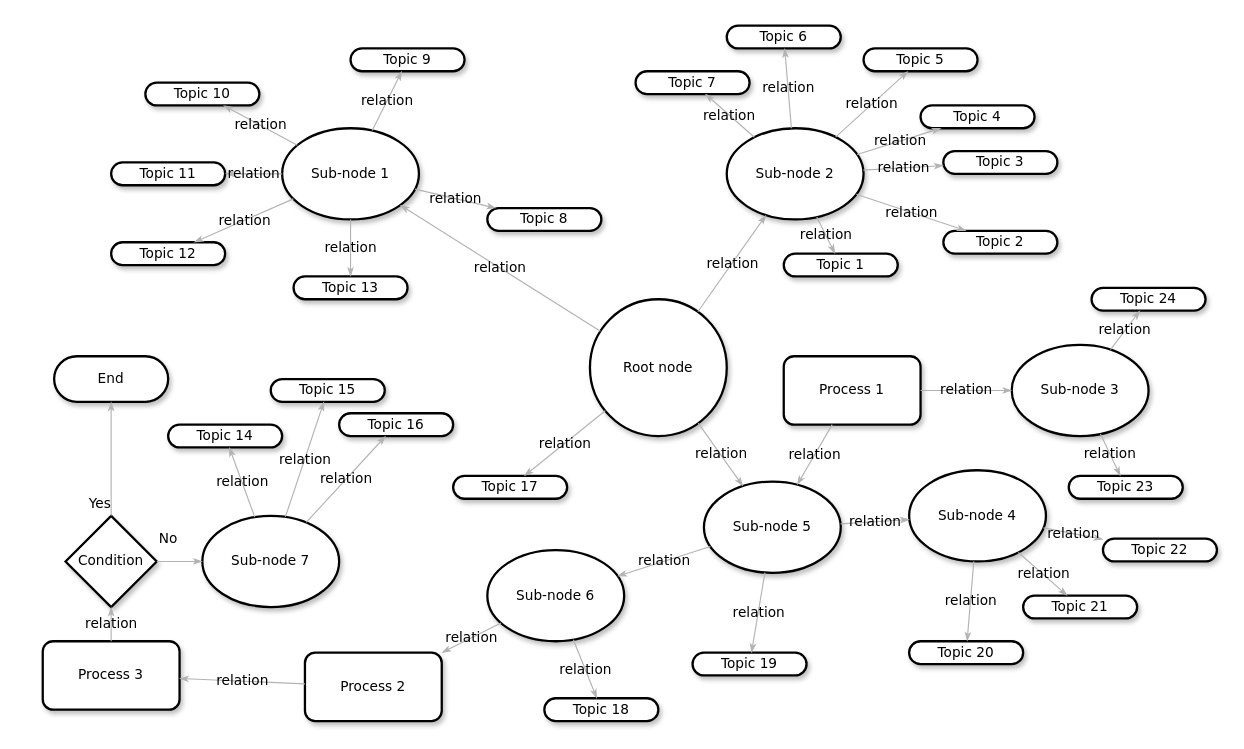
This is conception.drawio from luhaofang/luhaofang.github.io, a draw.io file, before an edit. Source tidied: cells renumbered, new cells numbered last; positions are measured from the earlier drawing's top-left corner, leaving out a move shared by most shapes. Both pictures are drawn from the tidied source at 114%, with x=0, y=0 at pixel (42, 25).
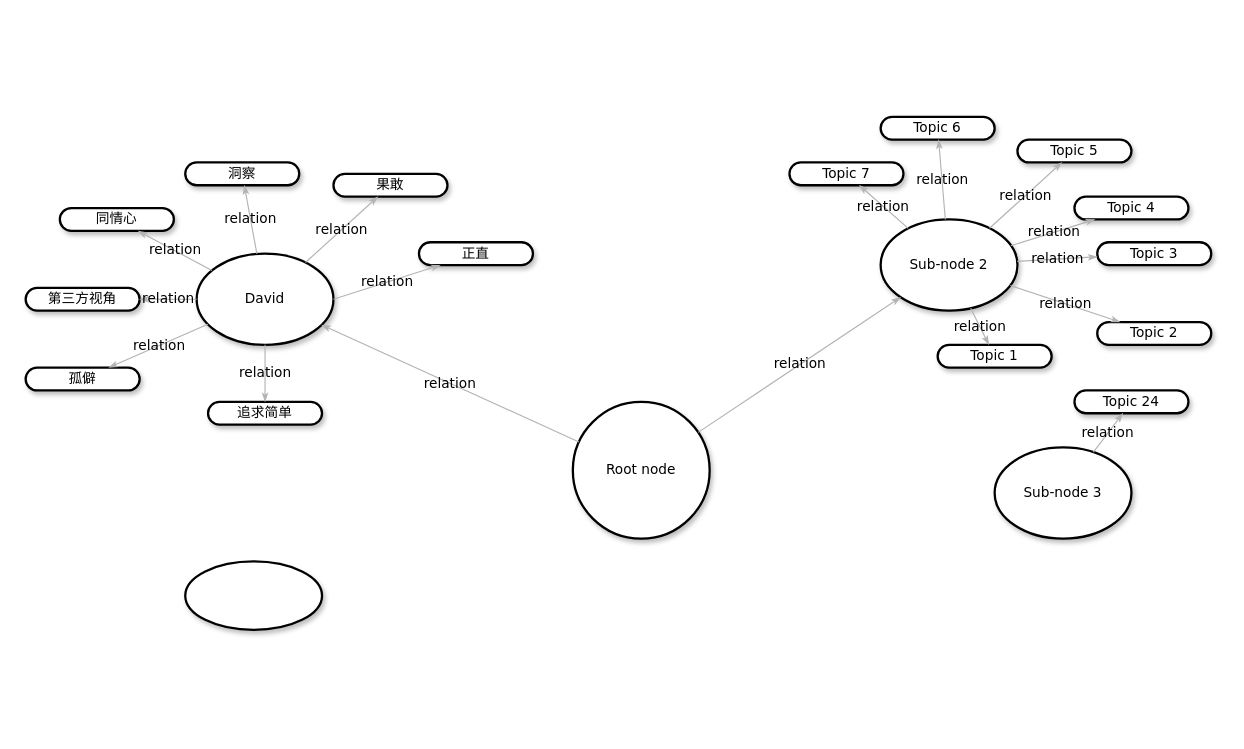
The same page after the edit.

The edit, as a diff of the source:
```diff
@@
-    <mxCell id="2" value="&lt;span&gt;Topic 10&lt;/span&gt;" style="whiteSpace=wrap;html=1;rounded=1;shadow=1;comic=0;labelBackgroundColor=none;strokeWidth=2;fontFamily=Verdana;fontSize=12;align=center;arcSize=50;" parent="1" vertex="1">
-      <mxGeometry x="90" y="50" width="100" height="20" as="geometry" />
+    <mxCell id="2" value="同情心" style="whiteSpace=wrap;html=1;rounded=1;shadow=1;comic=0;labelBackgroundColor=none;strokeWidth=2;fontFamily=Verdana;fontSize=12;align=center;arcSize=50;" parent="1" vertex="1">
+      <mxGeometry x="15" y="160" width="100" height="20" as="geometry" />
     </mxCell>
-    <mxCell id="3" value="Sub-node 1" style="ellipse;whiteSpace=wrap;html=1;rounded=1;shadow=1;comic=0;labelBackgroundColor=none;strokeWidth=2;fontFamily=Verdana;fontSize=12;align=center;" parent="1" vertex="1">
-      <mxGeometry x="210" y="90" width="120" height="80" as="geometry" />
+    <mxCell id="3" value="David" style="ellipse;whiteSpace=wrap;html=1;rounded=1;shadow=1;comic=0;labelBackgroundColor=none;strokeWidth=2;fontFamily=Verdana;fontSize=12;align=center;" parent="1" vertex="1">
+      <mxGeometry x="135" y="200" width="120" height="80" as="geometry" />
     </mxCell>
     <mxCell id="4" value="&lt;span&gt;Sub-node 2&lt;/span&gt;" style="ellipse;whiteSpace=wrap;html=1;rounded=1;shadow=1;comic=0;labelBackgroundColor=none;strokeWidth=2;fontFamily=Verdana;fontSize=12;align=center;" parent="1" vertex="1">
-      <mxGeometry x="600" y="90" width="120" height="80" as="geometry" />
+      <mxGeometry x="735" y="170" width="120" height="80" as="geometry" />
     </mxCell>
     <mxCell id="5" value="Root node" style="ellipse;whiteSpace=wrap;html=1;rounded=1;shadow=1;comic=0;labelBackgroundColor=none;strokeWidth=2;fontFamily=Verdana;fontSize=12;align=center;" parent="1" vertex="1">
-      <mxGeometry x="480" y="240" width="120" height="120" as="geometry" />
+      <mxGeometry x="465" y="330" width="120" height="120" as="geometry" />
     </mxCell>
-    <mxCell id="6" value="&lt;span&gt;Sub-node 5&lt;/span&gt;" style="ellipse;whiteSpace=wrap;html=1;rounded=1;shadow=1;comic=0;labelBackgroundColor=none;strokeWidth=2;fontFamily=Verdana;fontSize=12;align=center;" parent="1" vertex="1">
-      <mxGeometry x="580" y="400" width="120" height="80" as="geometry" />
-    </mxCell>
-    <mxCell id="7" value="&lt;span&gt;Sub-node 4&lt;/span&gt;" style="ellipse;whiteSpace=wrap;html=1;rounded=1;shadow=1;comic=0;labelBackgroundColor=none;strokeWidth=2;fontFamily=Verdana;fontSize=12;align=center;" parent="1" vertex="1">
-      <mxGeometry x="760" y="390" width="120" height="80" as="geometry" />
-    </mxCell>
-    <mxCell id="8" value="&lt;span&gt;Sub-node 6&lt;/span&gt;" style="ellipse;whiteSpace=wrap;html=1;rounded=1;shadow=1;comic=0;labelBackgroundColor=none;strokeWidth=2;fontFamily=Verdana;fontSize=12;align=center;" parent="1" vertex="1">
-      <mxGeometry x="390" y="460" width="120" height="80" as="geometry" />
-    </mxCell>
-    <mxCell id="9" value="&lt;span&gt;Topic 11&lt;/span&gt;" style="whiteSpace=wrap;html=1;rounded=1;shadow=1;comic=0;labelBackgroundColor=none;strokeWidth=2;fontFamily=Verdana;fontSize=12;align=center;arcSize=50;" parent="1" vertex="1">
-      <mxGeometry x="60" y="120" width="100" height="20" as="geometry" />
+    <mxCell id="9" value="第三方视角" style="whiteSpace=wrap;html=1;rounded=1;shadow=1;comic=0;labelBackgroundColor=none;strokeWidth=2;fontFamily=Verdana;fontSize=12;align=center;arcSize=50;" parent="1" vertex="1">
+      <mxGeometry x="-15" y="230" width="100" height="20" as="geometry" />
     </mxCell>
-    <mxCell id="10" value="&lt;span&gt;Topic 12&lt;/span&gt;" style="whiteSpace=wrap;html=1;rounded=1;shadow=1;comic=0;labelBackgroundColor=none;strokeWidth=2;fontFamily=Verdana;fontSize=12;align=center;arcSize=50;" parent="1" vertex="1">
-      <mxGeometry x="60" y="190" width="100" height="20" as="geometry" />
+    <mxCell id="10" value="孤僻" style="whiteSpace=wrap;html=1;rounded=1;shadow=1;comic=0;labelBackgroundColor=none;strokeWidth=2;fontFamily=Verdana;fontSize=12;align=center;arcSize=50;" parent="1" vertex="1">
+      <mxGeometry x="-15" y="300" width="100" height="20" as="geometry" />
     </mxCell>
-    <mxCell id="11" value="&lt;span&gt;Topic 9&lt;/span&gt;" style="whiteSpace=wrap;html=1;rounded=1;shadow=1;comic=0;labelBackgroundColor=none;strokeWidth=2;fontFamily=Verdana;fontSize=12;align=center;arcSize=50;" parent="1" vertex="1">
-      <mxGeometry x="270" y="20" width="100" height="20" as="geometry" />
+    <mxCell id="11" value="洞察" style="whiteSpace=wrap;html=1;rounded=1;shadow=1;comic=0;labelBackgroundColor=none;strokeWidth=2;fontFamily=Verdana;fontSize=12;align=center;arcSize=50;" parent="1" vertex="1">
+      <mxGeometry x="125" y="120" width="100" height="20" as="geometry" />
     </mxCell>
     <mxCell id="12" value="&lt;span&gt;Topic 7&lt;/span&gt;" style="whiteSpace=wrap;html=1;rounded=1;shadow=1;comic=0;labelBackgroundColor=none;strokeWidth=2;fontFamily=Verdana;fontSize=12;align=center;arcSize=50;" parent="1" vertex="1">
-      <mxGeometry x="520" y="40" width="100" height="20" as="geometry" />
+      <mxGeometry x="655" y="120" width="100" height="20" as="geometry" />
     </mxCell>
-    <mxCell id="13" value="&lt;span&gt;Topic 21&lt;/span&gt;" style="whiteSpace=wrap;html=1;rounded=1;shadow=1;comic=0;labelBackgroundColor=none;strokeWidth=2;fontFamily=Verdana;fontSize=12;align=center;arcSize=50;" parent="1" vertex="1">
-      <mxGeometry x="860" y="500" width="100" height="20" as="geometry" />
-    </mxCell>
-    <mxCell id="14" value="&lt;span&gt;Topic 22&lt;/span&gt;" style="whiteSpace=wrap;html=1;rounded=1;shadow=1;comic=0;labelBackgroundColor=none;strokeWidth=2;fontFamily=Verdana;fontSize=12;align=center;arcSize=50;" parent="1" vertex="1">
-      <mxGeometry x="930" y="450" width="100" height="20" as="geometry" />
-    </mxCell>
     <mxCell id="15" value="&lt;span&gt;Topic 6&lt;/span&gt;" style="whiteSpace=wrap;html=1;rounded=1;shadow=1;comic=0;labelBackgroundColor=none;strokeWidth=2;fontFamily=Verdana;fontSize=12;align=center;arcSize=50;" parent="1" vertex="1">
-      <mxGeometry x="600" width="100" height="20" as="geometry" />
+      <mxGeometry x="735" y="80" width="100" height="20" as="geometry" />
     </mxCell>
     <mxCell id="16" value="&lt;span&gt;Topic 5&lt;/span&gt;" style="whiteSpace=wrap;html=1;rounded=1;shadow=1;comic=0;labelBackgroundColor=none;strokeWidth=2;fontFamily=Verdana;fontSize=12;align=center;arcSize=50;" parent="1" vertex="1">
-      <mxGeometry x="720" y="20" width="100" height="20" as="geometry" />
+      <mxGeometry x="855" y="100" width="100" height="20" as="geometry" />
     </mxCell>
     <mxCell id="17" value="&lt;span&gt;Topic 4&lt;/span&gt;" style="whiteSpace=wrap;html=1;rounded=1;shadow=1;comic=0;labelBackgroundColor=none;strokeWidth=2;fontFamily=Verdana;fontSize=12;align=center;arcSize=50;" parent="1" vertex="1">
-      <mxGeometry x="770" y="70" width="100" height="20" as="geometry" />
+      <mxGeometry x="905" y="150" width="100" height="20" as="geometry" />
     </mxCell>
     <mxCell id="18" value="&lt;span&gt;Topic 3&lt;/span&gt;" style="whiteSpace=wrap;html=1;rounded=1;shadow=1;comic=0;labelBackgroundColor=none;strokeWidth=2;fontFamily=Verdana;fontSize=12;align=center;arcSize=50;" parent="1" vertex="1">
-      <mxGeometry x="790" y="110" width="100" height="20" as="geometry" />
+      <mxGeometry x="925" y="190" width="100" height="20" as="geometry" />
     </mxCell>
     <mxCell id="19" value="&lt;span&gt;Topic 2&lt;/span&gt;" style="whiteSpace=wrap;html=1;rounded=1;shadow=1;comic=0;labelBackgroundColor=none;strokeWidth=2;fontFamily=Verdana;fontSize=12;align=center;arcSize=50;" parent="1" vertex="1">
-      <mxGeometry x="790" y="180" width="100" height="20" as="geometry" />
+      <mxGeometry x="925" y="260" width="100" height="20" as="geometry" />
     </mxCell>
     <mxCell id="20" value="Topic 1" style="whiteSpace=wrap;html=1;rounded=1;shadow=1;comic=0;labelBackgroundColor=none;strokeWidth=2;fontFamily=Verdana;fontSize=12;align=center;arcSize=50;" parent="1" vertex="1">
-      <mxGeometry x="650" y="200" width="100" height="20" as="geometry" />
+      <mxGeometry x="785" y="280" width="100" height="20" as="geometry" />
     </mxCell>
-    <mxCell id="21" value="&lt;span&gt;Topic 20&lt;/span&gt;" style="whiteSpace=wrap;html=1;rounded=1;shadow=1;comic=0;labelBackgroundColor=none;strokeWidth=2;fontFamily=Verdana;fontSize=12;align=center;arcSize=50;" parent="1" vertex="1">
-      <mxGeometry x="760" y="540" width="100" height="20" as="geometry" />
-    </mxCell>
-    <mxCell id="22" value="End" style="whiteSpace=wrap;html=1;rounded=1;shadow=1;comic=0;labelBackgroundColor=none;strokeWidth=2;fontFamily=Verdana;fontSize=12;align=center;arcSize=50;" parent="1" vertex="1">
-      <mxGeometry x="10" y="290" width="100" height="40" as="geometry" />
-    </mxCell>
-    <mxCell id="23" value="Condition" style="rhombus;whiteSpace=wrap;html=1;rounded=0;shadow=1;comic=0;labelBackgroundColor=none;strokeWidth=2;fontFamily=Verdana;fontSize=12;align=center;" parent="1" vertex="1">
-      <mxGeometry x="20" y="430" width="80" height="80" as="geometry" />
-    </mxCell>
-    <mxCell id="24" value="&lt;span&gt;Process 3&lt;/span&gt;" style="rounded=1;whiteSpace=wrap;html=1;shadow=1;comic=0;labelBackgroundColor=none;strokeWidth=2;fontFamily=Verdana;fontSize=12;align=center;" parent="1" vertex="1">
-      <mxGeometry y="540" width="120" height="60" as="geometry" />
-    </mxCell>
-    <mxCell id="25" value="Process 2" style="rounded=1;whiteSpace=wrap;html=1;shadow=1;comic=0;labelBackgroundColor=none;strokeWidth=2;fontFamily=Verdana;fontSize=12;align=center;" parent="1" vertex="1">
-      <mxGeometry x="230" y="550" width="120" height="60" as="geometry" />
-    </mxCell>
@@
-    <mxCell id="32" value="relation" style="edgeStyle=none;rounded=1;html=1;labelBackgroundColor=none;startArrow=none;startFill=0;startSize=5;endArrow=classicThin;endFill=1;endSize=5;jettySize=auto;strokeColor=#B3B3B3;strokeWidth=1;fontFamily=Verdana;fontSize=12;" parent="1" edge="1" source="5" target="6">
-      <mxGeometry relative="1" as="geometry" />
-    </mxCell>
-    <mxCell id="33" value="relation" style="edgeStyle=none;rounded=1;html=1;labelBackgroundColor=none;startArrow=none;startFill=0;startSize=5;endArrow=classicThin;endFill=1;endSize=5;jettySize=auto;strokeColor=#B3B3B3;strokeWidth=1;fontFamily=Verdana;fontSize=12;" parent="1" edge="1" source="6" target="8">
-      <mxGeometry relative="1" as="geometry" />
-    </mxCell>
-    <mxCell id="34" value="relation" style="edgeStyle=none;rounded=1;html=1;labelBackgroundColor=none;startArrow=none;startFill=0;startSize=5;endArrow=classicThin;endFill=1;endSize=5;jettySize=auto;strokeColor=#B3B3B3;strokeWidth=1;fontFamily=Verdana;fontSize=12;" parent="1" edge="1" source="6" target="7">
-      <mxGeometry relative="1" as="geometry" />
-    </mxCell>
-    <mxCell id="35" value="relation" style="edgeStyle=none;rounded=1;html=1;labelBackgroundColor=none;startArrow=none;startFill=0;startSize=5;endArrow=classicThin;endFill=1;endSize=5;jettySize=auto;strokeColor=#B3B3B3;strokeWidth=1;fontFamily=Verdana;fontSize=12;" parent="1" edge="1" source="7" target="14">
-      <mxGeometry relative="1" as="geometry" />
-    </mxCell>
-    <mxCell id="36" value="relation" style="edgeStyle=none;rounded=1;html=1;labelBackgroundColor=none;startArrow=none;startFill=0;startSize=5;endArrow=classicThin;endFill=1;endSize=5;jettySize=auto;strokeColor=#B3B3B3;strokeWidth=1;fontFamily=Verdana;fontSize=12;" parent="1" edge="1" source="7" target="13">
-      <mxGeometry relative="1" as="geometry" />
-    </mxCell>
-    <mxCell id="37" value="relation" style="edgeStyle=none;rounded=1;html=1;labelBackgroundColor=none;startArrow=none;startFill=0;startSize=5;endArrow=classicThin;endFill=1;endSize=5;jettySize=auto;strokeColor=#B3B3B3;strokeWidth=1;fontFamily=Verdana;fontSize=12;" parent="1" edge="1" source="7" target="21">
-      <mxGeometry relative="1" as="geometry" />
-    </mxCell>
@@
-    <mxCell id="45" value="relation" style="edgeStyle=none;rounded=1;html=1;labelBackgroundColor=none;startArrow=none;startFill=0;startSize=5;endArrow=classicThin;endFill=1;endSize=5;jettySize=auto;strokeColor=#B3B3B3;strokeWidth=1;fontFamily=Verdana;fontSize=12;" parent="1" edge="1" source="8" target="25">
-      <mxGeometry relative="1" as="geometry" />
-    </mxCell>
-    <mxCell id="46" value="relation" style="edgeStyle=none;rounded=1;html=1;labelBackgroundColor=none;startArrow=none;startFill=0;startSize=5;endArrow=classicThin;endFill=1;endSize=5;jettySize=auto;strokeColor=#B3B3B3;strokeWidth=1;fontFamily=Verdana;fontSize=12;" parent="1" edge="1" source="25" target="24">
-      <mxGeometry relative="1" as="geometry" />
-    </mxCell>
-    <mxCell id="47" value="relation" style="edgeStyle=none;rounded=1;html=1;labelBackgroundColor=none;startArrow=none;startFill=0;startSize=5;endArrow=classicThin;endFill=1;endSize=5;jettySize=auto;strokeColor=#B3B3B3;strokeWidth=1;fontFamily=Verdana;fontSize=12;" parent="1" edge="1" source="24" target="23">
-      <mxGeometry relative="1" as="geometry" />
-    </mxCell>
-    <mxCell id="48" value="Yes" style="edgeStyle=none;rounded=1;html=1;labelBackgroundColor=none;startArrow=none;startFill=0;startSize=5;endArrow=classicThin;endFill=1;endSize=5;jettySize=auto;strokeColor=#B3B3B3;strokeWidth=1;fontFamily=Verdana;fontSize=12;" parent="1" edge="1" source="23" target="22">
-      <mxGeometry x="-0.79" y="10" relative="1" as="geometry" />
-    </mxCell>
-    <mxCell id="49" value="Process 1" style="rounded=1;whiteSpace=wrap;html=1;shadow=1;comic=0;labelBackgroundColor=none;strokeWidth=2;fontFamily=Verdana;fontSize=12;align=center;" parent="1" vertex="1">
-      <mxGeometry x="650" y="290" width="120" height="60" as="geometry" />
-    </mxCell>
     <mxCell id="50" value="&lt;span&gt;Sub-node 3&lt;/span&gt;" style="ellipse;whiteSpace=wrap;html=1;rounded=1;shadow=1;comic=0;labelBackgroundColor=none;strokeWidth=2;fontFamily=Verdana;fontSize=12;align=center;" parent="1" vertex="1">
-      <mxGeometry x="850" y="280" width="120" height="80" as="geometry" />
+      <mxGeometry x="835" y="370" width="120" height="80" as="geometry" />
     </mxCell>
     <mxCell id="51" value="&lt;span&gt;Topic 24&lt;/span&gt;" style="whiteSpace=wrap;html=1;rounded=1;shadow=1;comic=0;labelBackgroundColor=none;strokeWidth=2;fontFamily=Verdana;fontSize=12;align=center;arcSize=50;" parent="1" vertex="1">
-      <mxGeometry x="920" y="230" width="100" height="20" as="geometry" />
+      <mxGeometry x="905" y="320" width="100" height="20" as="geometry" />
     </mxCell>
-    <mxCell id="52" value="&lt;span&gt;Topic 23&lt;/span&gt;" style="whiteSpace=wrap;html=1;rounded=1;shadow=1;comic=0;labelBackgroundColor=none;strokeWidth=2;fontFamily=Verdana;fontSize=12;align=center;arcSize=50;" parent="1" vertex="1">
-      <mxGeometry x="900" y="395" width="100" height="20" as="geometry" />
-    </mxCell>
-    <mxCell id="53" value="&lt;span&gt;Topic 8&lt;/span&gt;" style="whiteSpace=wrap;html=1;rounded=1;shadow=1;comic=0;labelBackgroundColor=none;strokeWidth=2;fontFamily=Verdana;fontSize=12;align=center;arcSize=50;" parent="1" vertex="1">
-      <mxGeometry x="390" y="160" width="100" height="20" as="geometry" />
+    <mxCell id="53" value="果敢" style="whiteSpace=wrap;html=1;rounded=1;shadow=1;comic=0;labelBackgroundColor=none;strokeWidth=2;fontFamily=Verdana;fontSize=12;align=center;arcSize=50;" parent="1" vertex="1">
+      <mxGeometry x="255" y="130" width="100" height="20" as="geometry" />
     </mxCell>
-    <mxCell id="54" value="&lt;span&gt;Topic 13&lt;/span&gt;" style="whiteSpace=wrap;html=1;rounded=1;shadow=1;comic=0;labelBackgroundColor=none;strokeWidth=2;fontFamily=Verdana;fontSize=12;align=center;arcSize=50;" parent="1" vertex="1">
-      <mxGeometry x="220" y="220" width="100" height="20" as="geometry" />
+    <mxCell id="54" value="追求简单" style="whiteSpace=wrap;html=1;rounded=1;shadow=1;comic=0;labelBackgroundColor=none;strokeWidth=2;fontFamily=Verdana;fontSize=12;align=center;arcSize=50;" parent="1" vertex="1">
+      <mxGeometry x="145" y="330" width="100" height="20" as="geometry" />
     </mxCell>
-    <mxCell id="55" value="&lt;span&gt;Topic 19&lt;/span&gt;" style="whiteSpace=wrap;html=1;rounded=1;shadow=1;comic=0;labelBackgroundColor=none;strokeWidth=2;fontFamily=Verdana;fontSize=12;align=center;arcSize=50;" parent="1" vertex="1">
-      <mxGeometry x="570" y="550" width="100" height="20" as="geometry" />
-    </mxCell>
-    <mxCell id="56" value="&lt;span&gt;Topic 18&lt;/span&gt;" style="whiteSpace=wrap;html=1;rounded=1;shadow=1;comic=0;labelBackgroundColor=none;strokeWidth=2;fontFamily=Verdana;fontSize=12;align=center;arcSize=50;" parent="1" vertex="1">
-      <mxGeometry x="440" y="590" width="100" height="20" as="geometry" />
-    </mxCell>
-    <mxCell id="57" value="&lt;span&gt;Topic 17&lt;/span&gt;" style="whiteSpace=wrap;html=1;rounded=1;shadow=1;comic=0;labelBackgroundColor=none;strokeWidth=2;fontFamily=Verdana;fontSize=12;align=center;arcSize=50;" parent="1" vertex="1">
-      <mxGeometry x="360" y="395" width="100" height="20" as="geometry" />
-    </mxCell>
@@
-    <mxCell id="61" value="relation" style="edgeStyle=none;rounded=1;html=1;labelBackgroundColor=none;startArrow=none;startFill=0;startSize=5;endArrow=classicThin;endFill=1;endSize=5;jettySize=auto;strokeColor=#B3B3B3;strokeWidth=1;fontFamily=Verdana;fontSize=12;" parent="1" edge="1" source="50" target="52">
-      <mxGeometry relative="1" as="geometry" />
-    </mxCell>
-    <mxCell id="62" value="relation" style="edgeStyle=none;rounded=1;html=1;labelBackgroundColor=none;startArrow=none;startFill=0;startSize=5;endArrow=classicThin;endFill=1;endSize=5;jettySize=auto;strokeColor=#B3B3B3;strokeWidth=1;fontFamily=Verdana;fontSize=12;" parent="1" edge="1" source="49" target="50">
-      <mxGeometry relative="1" as="geometry" />
-    </mxCell>
-    <mxCell id="63" value="relation" style="edgeStyle=none;rounded=1;html=1;labelBackgroundColor=none;startArrow=none;startFill=0;startSize=5;endArrow=classicThin;endFill=1;endSize=5;jettySize=auto;strokeColor=#B3B3B3;strokeWidth=1;fontFamily=Verdana;fontSize=12;" parent="1" edge="1" source="49" target="6">
-      <mxGeometry relative="1" as="geometry" />
-    </mxCell>
-    <mxCell id="64" value="&lt;span&gt;Sub-node 7&lt;/span&gt;" style="ellipse;whiteSpace=wrap;html=1;rounded=1;shadow=1;comic=0;labelBackgroundColor=none;strokeWidth=2;fontFamily=Verdana;fontSize=12;align=center;" parent="1" vertex="1">
-      <mxGeometry x="140" y="430" width="120" height="80" as="geometry" />
-    </mxCell>
-    <mxCell id="65" value="&lt;span&gt;Topic 16&lt;/span&gt;" style="whiteSpace=wrap;html=1;rounded=1;shadow=1;comic=0;labelBackgroundColor=none;strokeWidth=2;fontFamily=Verdana;fontSize=12;align=center;arcSize=50;" parent="1" vertex="1">
-      <mxGeometry x="260" y="340" width="100" height="20" as="geometry" />
-    </mxCell>
-    <mxCell id="66" value="&lt;span&gt;Topic 15&lt;/span&gt;" style="whiteSpace=wrap;html=1;rounded=1;shadow=1;comic=0;labelBackgroundColor=none;strokeWidth=2;fontFamily=Verdana;fontSize=12;align=center;arcSize=50;" parent="1" vertex="1">
-      <mxGeometry x="200" y="310" width="100" height="20" as="geometry" />
-    </mxCell>
-    <mxCell id="67" value="&lt;span&gt;Topic 14&lt;/span&gt;" style="whiteSpace=wrap;html=1;rounded=1;shadow=1;comic=0;labelBackgroundColor=none;strokeWidth=2;fontFamily=Verdana;fontSize=12;align=center;arcSize=50;" parent="1" vertex="1">
-      <mxGeometry x="110" y="350" width="100" height="20" as="geometry" />
-    </mxCell>
-    <mxCell id="68" value="relation" style="edgeStyle=none;rounded=1;html=1;labelBackgroundColor=none;startArrow=none;startFill=0;startSize=5;endArrow=classicThin;endFill=1;endSize=5;jettySize=auto;strokeColor=#B3B3B3;strokeWidth=1;fontFamily=Verdana;fontSize=12;" parent="1" edge="1" source="64" target="67">
-      <mxGeometry relative="1" as="geometry" />
-    </mxCell>
-    <mxCell id="69" value="relation" style="edgeStyle=none;rounded=1;html=1;labelBackgroundColor=none;startArrow=none;startFill=0;startSize=5;endArrow=classicThin;endFill=1;endSize=5;jettySize=auto;strokeColor=#B3B3B3;strokeWidth=1;fontFamily=Verdana;fontSize=12;" parent="1" edge="1" source="64" target="66">
-      <mxGeometry relative="1" as="geometry" />
-    </mxCell>
-    <mxCell id="70" value="relation" style="edgeStyle=none;rounded=1;html=1;labelBackgroundColor=none;startArrow=none;startFill=0;startSize=5;endArrow=classicThin;endFill=1;endSize=5;jettySize=auto;strokeColor=#B3B3B3;strokeWidth=1;fontFamily=Verdana;fontSize=12;" parent="1" edge="1" source="64" target="65">
-      <mxGeometry relative="1" as="geometry" />
-    </mxCell>
-    <mxCell id="71" value="No" style="edgeStyle=none;rounded=1;html=1;labelBackgroundColor=none;startArrow=none;startFill=0;startSize=5;endArrow=classicThin;endFill=1;endSize=5;jettySize=auto;strokeColor=#B3B3B3;strokeWidth=1;fontFamily=Verdana;fontSize=12;" parent="1" edge="1" source="23" target="64">
-      <mxGeometry x="-0.5" y="20" relative="1" as="geometry" />
-    </mxCell>
-    <mxCell id="72" value="relation" style="edgeStyle=none;rounded=1;html=1;labelBackgroundColor=none;startArrow=none;startFill=0;startSize=5;endArrow=classicThin;endFill=1;endSize=5;jettySize=auto;strokeColor=#B3B3B3;strokeWidth=1;fontFamily=Verdana;fontSize=12;" parent="1" edge="1" source="5" target="57">
-      <mxGeometry relative="1" as="geometry" />
-    </mxCell>
-    <mxCell id="73" value="relation" style="edgeStyle=none;rounded=1;html=1;labelBackgroundColor=none;startArrow=none;startFill=0;startSize=5;endArrow=classicThin;endFill=1;endSize=5;jettySize=auto;strokeColor=#B3B3B3;strokeWidth=1;fontFamily=Verdana;fontSize=12;" parent="1" edge="1" source="6" target="55">
-      <mxGeometry relative="1" as="geometry" />
-    </mxCell>
-    <mxCell id="74" value="relation" style="edgeStyle=none;rounded=1;html=1;labelBackgroundColor=none;startArrow=none;startFill=0;startSize=5;endArrow=classicThin;endFill=1;endSize=5;jettySize=auto;strokeColor=#B3B3B3;strokeWidth=1;fontFamily=Verdana;fontSize=12;" parent="1" edge="1" source="8" target="56">
-      <mxGeometry relative="1" as="geometry" />
-    </mxCell>
+    <mxCell id="75" style="ellipse;whiteSpace=wrap;html=1;fontFamily=Verdana;rounded=1;shadow=1;comic=0;labelBackgroundColor=none;strokeWidth=2;" parent="1" vertex="1">
+      <mxGeometry x="125" y="470" width="120" height="60" as="geometry" />
+    </mxCell>
+    <mxCell id="76" value="正直" style="whiteSpace=wrap;html=1;rounded=1;shadow=1;comic=0;labelBackgroundColor=none;strokeWidth=2;fontFamily=Verdana;fontSize=12;align=center;arcSize=50;" parent="1" vertex="1">
+      <mxGeometry x="330" y="190" width="100" height="20" as="geometry" />
+    </mxCell>
+    <mxCell id="77" value="relation" style="edgeStyle=none;rounded=1;html=1;labelBackgroundColor=none;startArrow=none;startFill=0;startSize=5;endArrow=classicThin;endFill=1;endSize=5;jettySize=auto;strokeColor=#B3B3B3;strokeWidth=1;fontFamily=Verdana;fontSize=12;exitX=1;exitY=0.5;exitDx=0;exitDy=0;" parent="1" edge="1" source="3" target="76">
+      <mxGeometry relative="1" as="geometry" />
+    </mxCell>
```
